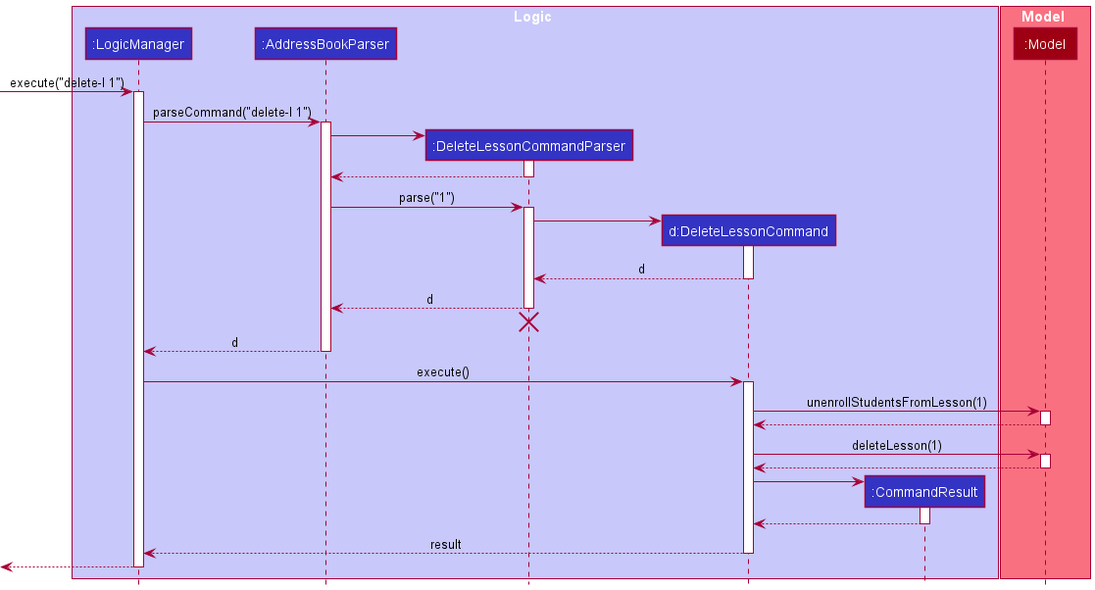
Above: docs/images/DeleteLessonSequenceDiagram.png in nus-cs2103-AY2122S1/tp (PlantUML), before the change. Its diagram source:
```plantuml
@startuml
!include style.puml

box Logic LOGIC_COLOR_T1
participant ":LogicManager" as LogicManager LOGIC_COLOR
participant ":AddressBookParser" as AddressBookParser LOGIC_COLOR
participant ":DeleteLessonCommandParser" as DeleteLessonCommandParser LOGIC_COLOR
participant "d:DeleteLessonCommand" as DeleteLessonCommand LOGIC_COLOR
participant ":CommandResult" as CommandResult LOGIC_COLOR
end box

box Model MODEL_COLOR_T1
participant ":Model" as Model MODEL_COLOR
end box

[-> LogicManager : execute("delete-l 1")
activate LogicManager

LogicManager -> AddressBookParser : parseCommand("delete-l 1")
activate AddressBookParser

create DeleteLessonCommandParser
AddressBookParser -> DeleteLessonCommandParser
activate DeleteLessonCommandParser

DeleteLessonCommandParser --> AddressBookParser
deactivate DeleteLessonCommandParser

AddressBookParser -> DeleteLessonCommandParser : parse("1")
activate DeleteLessonCommandParser

create DeleteLessonCommand
DeleteLessonCommandParser -> DeleteLessonCommand
activate DeleteLessonCommand

DeleteLessonCommand --> DeleteLessonCommandParser : d
deactivate DeleteLessonCommand

DeleteLessonCommandParser --> AddressBookParser : d
deactivate DeleteLessonCommandParser
DeleteLessonCommandParser -[hidden]-> AddressBookParser
destroy DeleteLessonCommandParser

AddressBookParser --> LogicManager : d
deactivate AddressBookParser

LogicManager -> DeleteLessonCommand : execute()
activate DeleteLessonCommand

DeleteLessonCommand -> Model : unenrollStudentsFromLesson(1)
activate Model

Model --> DeleteLessonCommand
deactivate Model

DeleteLessonCommand -> Model : deleteLesson(1)
activate Model

Model --> DeleteLessonCommand
deactivate Model

create CommandResult
DeleteLessonCommand -> CommandResult
activate CommandResult

CommandResult --> DeleteLessonCommand
deactivate CommandResult

DeleteLessonCommand --> LogicManager : result
deactivate DeleteLessonCommand

[<--LogicManager
deactivate LogicManager
@enduml
```
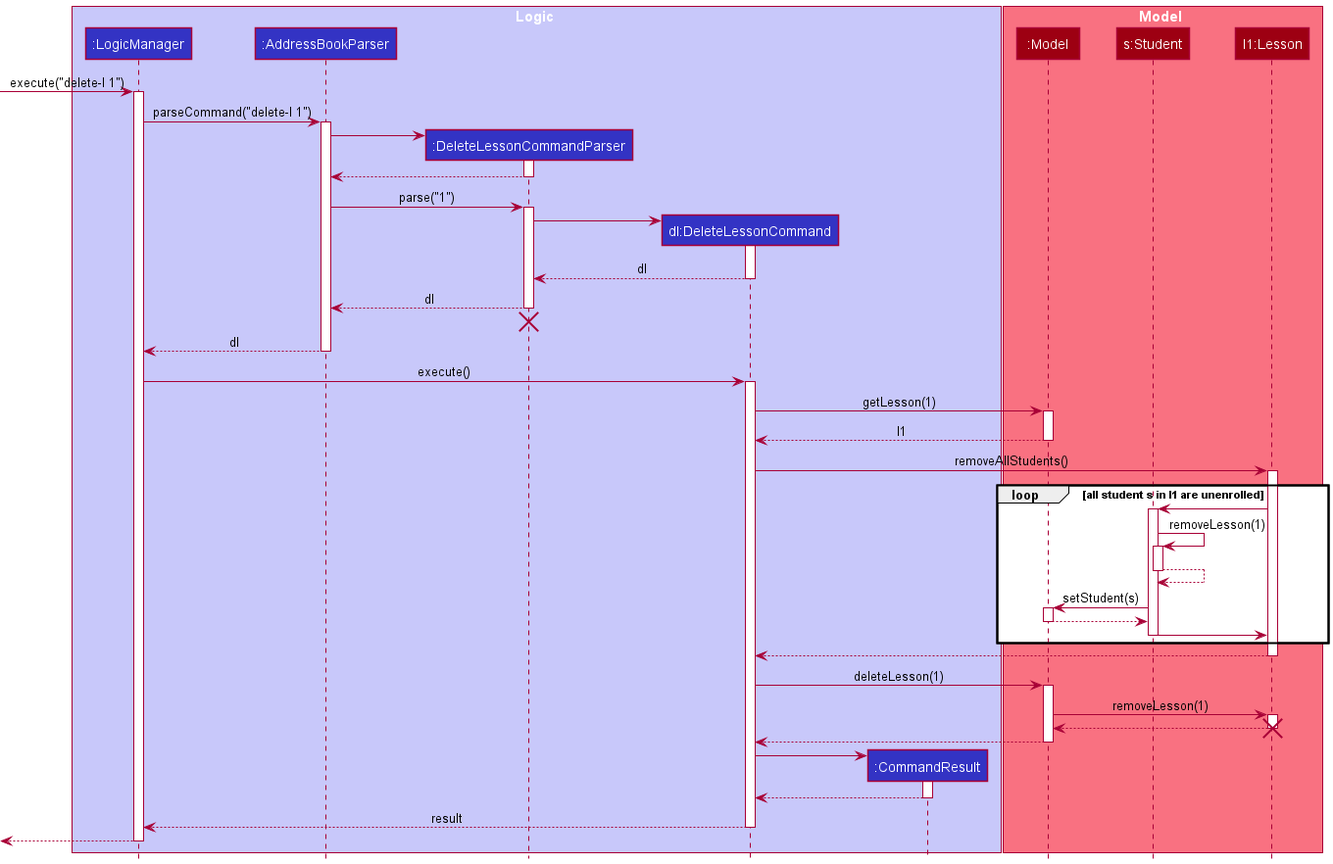
After the commit.

Commit message:
Update DeleteLessonCommand sequence diagram

Change to the diagram source:
```diff
@@ -5,12 +5,14 @@
 participant ":LogicManager" as LogicManager LOGIC_COLOR
 participant ":AddressBookParser" as AddressBookParser LOGIC_COLOR
 participant ":DeleteLessonCommandParser" as DeleteLessonCommandParser LOGIC_COLOR
-participant "d:DeleteLessonCommand" as DeleteLessonCommand LOGIC_COLOR
+participant "dl:DeleteLessonCommand" as DeleteLessonCommand LOGIC_COLOR
 participant ":CommandResult" as CommandResult LOGIC_COLOR
 end box
 
 box Model MODEL_COLOR_T1
 participant ":Model" as Model MODEL_COLOR
+participant "s:Student" as Student MODEL_COLOR
+participant "l1:Lesson" as Lesson MODEL_COLOR
 end box
 
 [-> LogicManager : execute("delete-l 1")
@@ -33,28 +35,61 @@
 DeleteLessonCommandParser -> DeleteLessonCommand
 activate DeleteLessonCommand
 
-DeleteLessonCommand --> DeleteLessonCommandParser : d
+DeleteLessonCommand --> DeleteLessonCommandParser : dl
 deactivate DeleteLessonCommand
 
-DeleteLessonCommandParser --> AddressBookParser : d
+DeleteLessonCommandParser --> AddressBookParser : dl
 deactivate DeleteLessonCommandParser
 DeleteLessonCommandParser -[hidden]-> AddressBookParser
 destroy DeleteLessonCommandParser
 
-AddressBookParser --> LogicManager : d
+AddressBookParser --> LogicManager : dl
 deactivate AddressBookParser
 
 LogicManager -> DeleteLessonCommand : execute()
 activate DeleteLessonCommand
 
-DeleteLessonCommand -> Model : unenrollStudentsFromLesson(1)
+DeleteLessonCommand -> Model : getLesson(1)
 activate Model
 
-Model --> DeleteLessonCommand
+Model --> DeleteLessonCommand : l1
 deactivate Model
+
+DeleteLessonCommand -> Lesson : removeAllStudents()
+activate Lesson
+
+loop all student s in l1 are unenrolled
+    Lesson -> Student
+    activate Student
+
+    Student -> Student: removeLesson(1)
+    activate Student
+
+    Student --> Student
+    deactivate Student
+
+    Student -> Model : setStudent(s)
+    activate Model
+
+    Model --> Student
+    deactivate Model
+
+    Student -> Lesson
+    deactivate Student
+end
+
+Lesson --> DeleteLessonCommand
+deactivate Lesson
 
 DeleteLessonCommand -> Model : deleteLesson(1)
 activate Model
+
+Model -> Lesson : removeLesson(1)
+activate Lesson
+
+Lesson --> Model
+deactivate Lesson
+destroy Lesson
 
 Model --> DeleteLessonCommand
 deactivate Model
```
